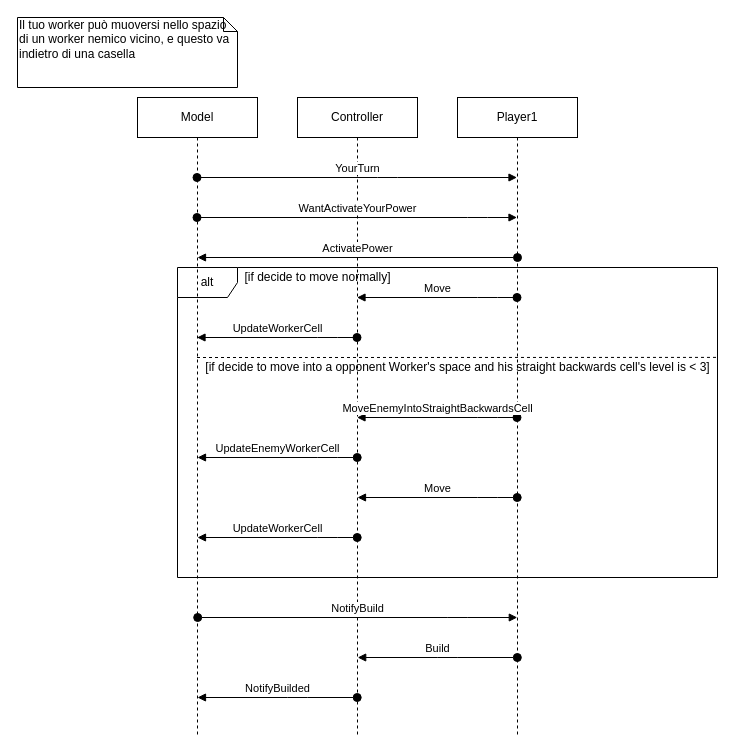
This is page "Case_Minotaur" (9 of 11) of UML/newUML.drawio from matteovisotto/ing-sw-2020-Siriani-Stucchi-Visotto, a draw.io file, before an edit. Source tidied: cells renumbered, new cells numbered last; positions are measured from the earlier drawing's top-left corner, leaving out a move shared by most shapes. Both pictures are drawn from the tidied source at 100%, with x=0, y=0 at pixel (17, 17).
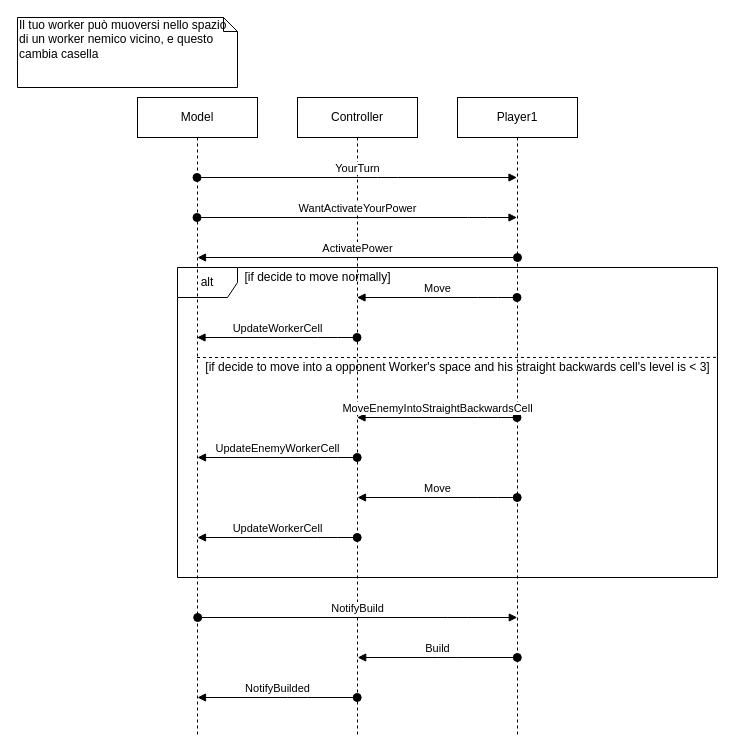
After the change.

Diff of the diagram source:
```diff
@@
-    <mxCell id="21" value="Il tuo worker può muoversi nello spazio di un worker nemico vicino, e questo va indietro di una casella" style="shape=note;whiteSpace=wrap;html=1;size=14;verticalAlign=top;align=left;spacingTop=-6;" parent="1" vertex="1">
+    <mxCell id="21" value="Il tuo worker può muoversi nello spazio di un worker nemico vicino, e questo cambia casella" style="shape=note;whiteSpace=wrap;html=1;size=14;verticalAlign=top;align=left;spacingTop=-6;" parent="1" vertex="1">
       <mxGeometry width="220" height="70" as="geometry" />
     </mxCell>
```
